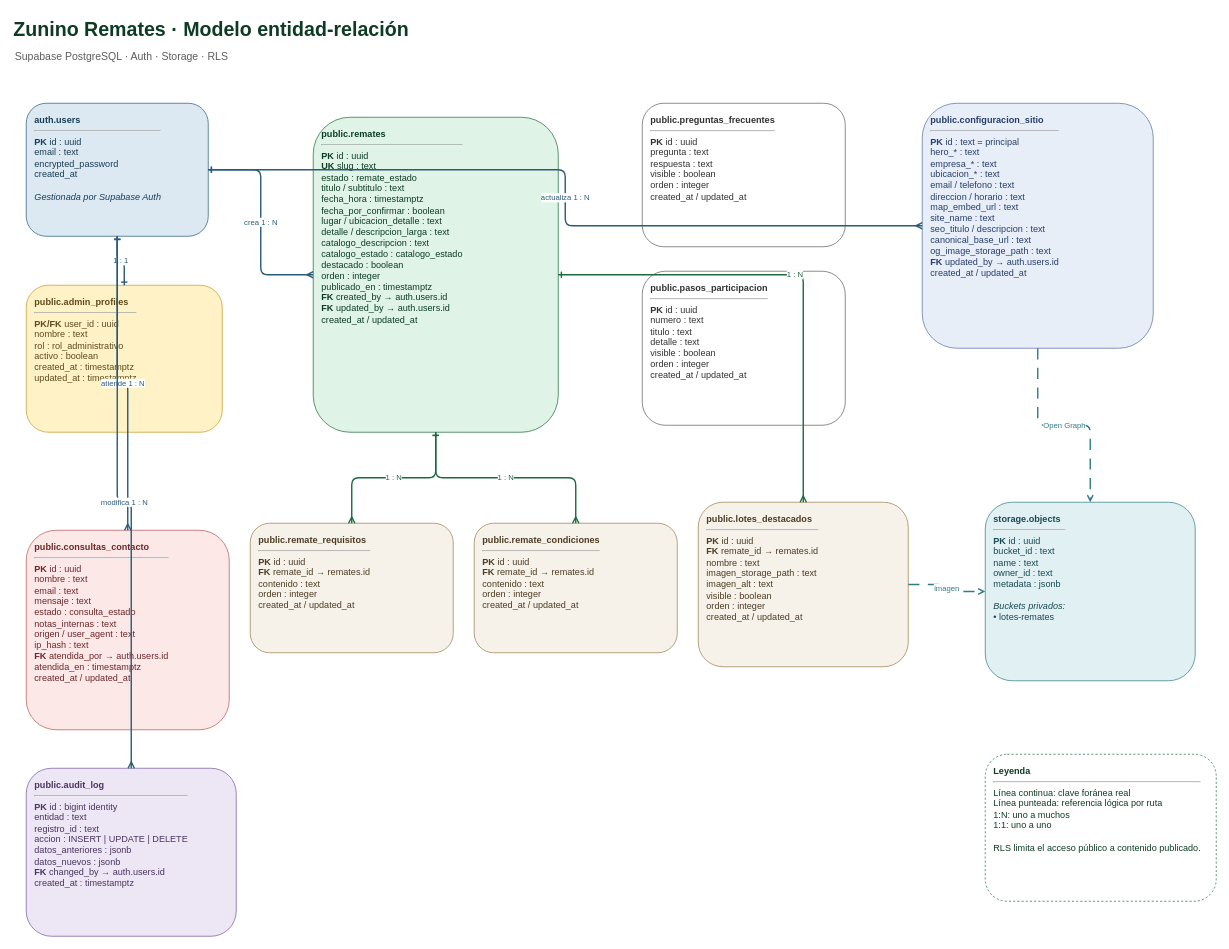
Above: supabase/Zunino-Remates-ER.drawio in PabloCaffaro/zunino_remates_web (draw.io), before the change. Source tidied: cells renumbered, new cells numbered last; positions are measured from the earlier drawing's top-left corner, leaving out a move shared by most shapes. Both pictures are drawn from the tidied source at 70%, with x=0, y=0 at pixel (12, 12).
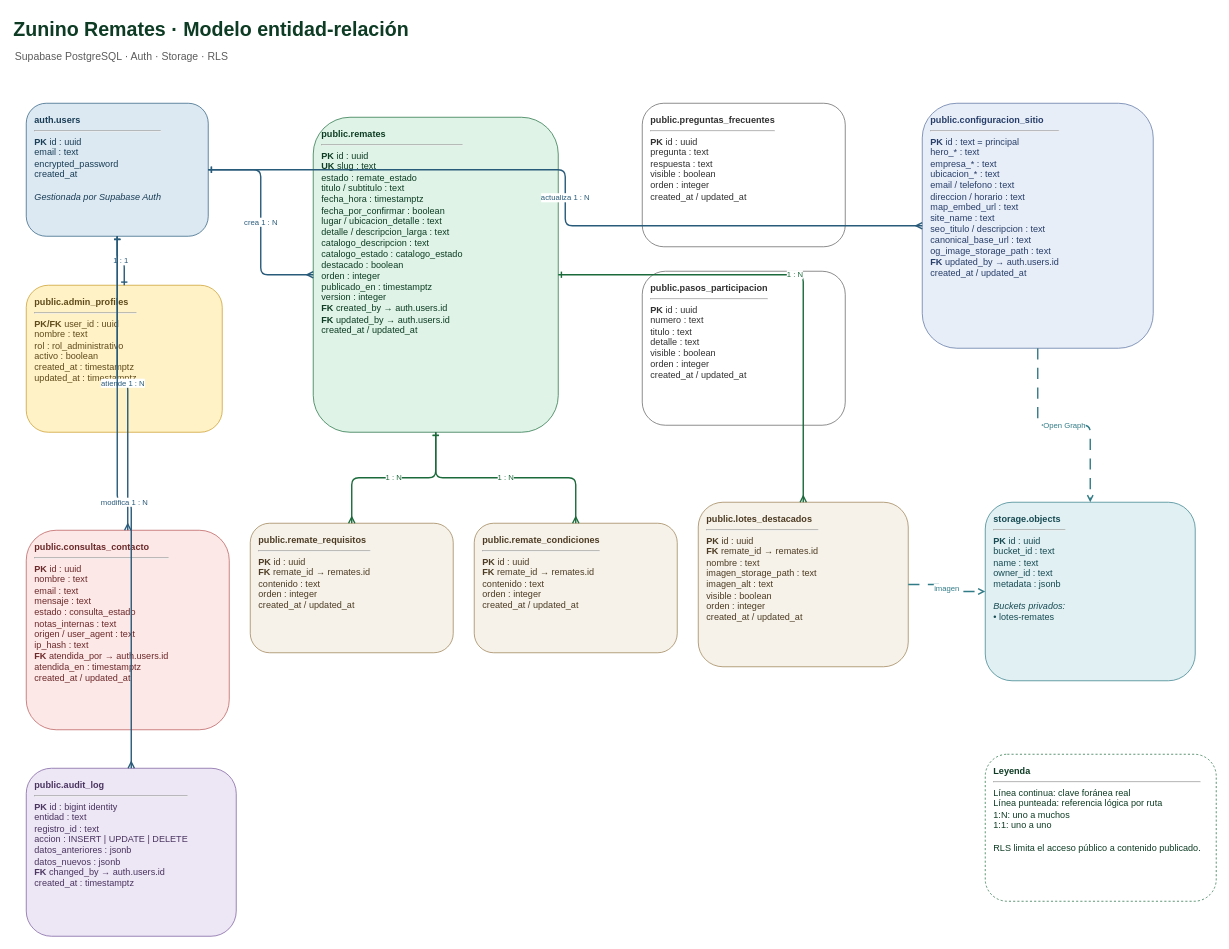
The same diagram, later.

The edit, as a diff of the source:
```diff
@@
-    <mxCell id="6" value="&lt;b&gt;public.remates&lt;/b&gt;&lt;br&gt;&lt;hr&gt;&lt;b&gt;PK&lt;/b&gt; id : uuid&lt;br&gt;&lt;b&gt;UK&lt;/b&gt; slug : text&lt;br&gt;estado : remate_estado&lt;br&gt;titulo / subtitulo : text&lt;br&gt;fecha_hora : timestamptz&lt;br&gt;fecha_por_confirmar : boolean&lt;br&gt;lugar / ubicacion_detalle : text&lt;br&gt;detalle / descripcion_larga : text&lt;br&gt;catalogo_descripcion : text&lt;br&gt;catalogo_estado : catalogo_estado&lt;br&gt;destacado : boolean&lt;br&gt;orden : integer&lt;br&gt;publicado_en : timestamptz&lt;br&gt;&lt;b&gt;FK&lt;/b&gt; created_by → auth.users.id&lt;br&gt;&lt;b&gt;FK&lt;/b&gt; updated_by → auth.users.id&lt;br&gt;created_at / updated_at" style="rounded=1;whiteSpace=wrap;html=1;align=left;verticalAlign=top;spacing=12;fillColor=#dff4e7;strokeColor=#1b6a3b;fontColor=#0d3b23;fontSize=13;" parent="1" vertex="1">
+    <mxCell id="6" value="&lt;b&gt;public.remates&lt;/b&gt;&lt;br&gt;&lt;hr&gt;&lt;b&gt;PK&lt;/b&gt; id : uuid&lt;br&gt;&lt;b&gt;UK&lt;/b&gt; slug : text&lt;br&gt;estado : remate_estado&lt;br&gt;titulo / subtitulo : text&lt;br&gt;fecha_hora : timestamptz&lt;br&gt;fecha_por_confirmar : boolean&lt;br&gt;lugar / ubicacion_detalle : text&lt;br&gt;detalle / descripcion_larga : text&lt;br&gt;catalogo_descripcion : text&lt;br&gt;catalogo_estado : catalogo_estado&lt;br&gt;destacado : boolean&lt;br&gt;orden : integer&lt;br&gt;publicado_en : timestamptz&lt;br&gt;version : integer&lt;br&gt;&lt;b&gt;FK&lt;/b&gt; created_by → auth.users.id&lt;br&gt;&lt;b&gt;FK&lt;/b&gt; updated_by → auth.users.id&lt;br&gt;created_at / updated_at" style="rounded=1;whiteSpace=wrap;html=1;align=left;verticalAlign=top;spacing=12;fillColor=#dff4e7;strokeColor=#1b6a3b;fontColor=#0d3b23;fontSize=13;" parent="1" vertex="1">
       <mxGeometry x="430" y="150" width="350" height="450" as="geometry" />
     </mxCell>
```
